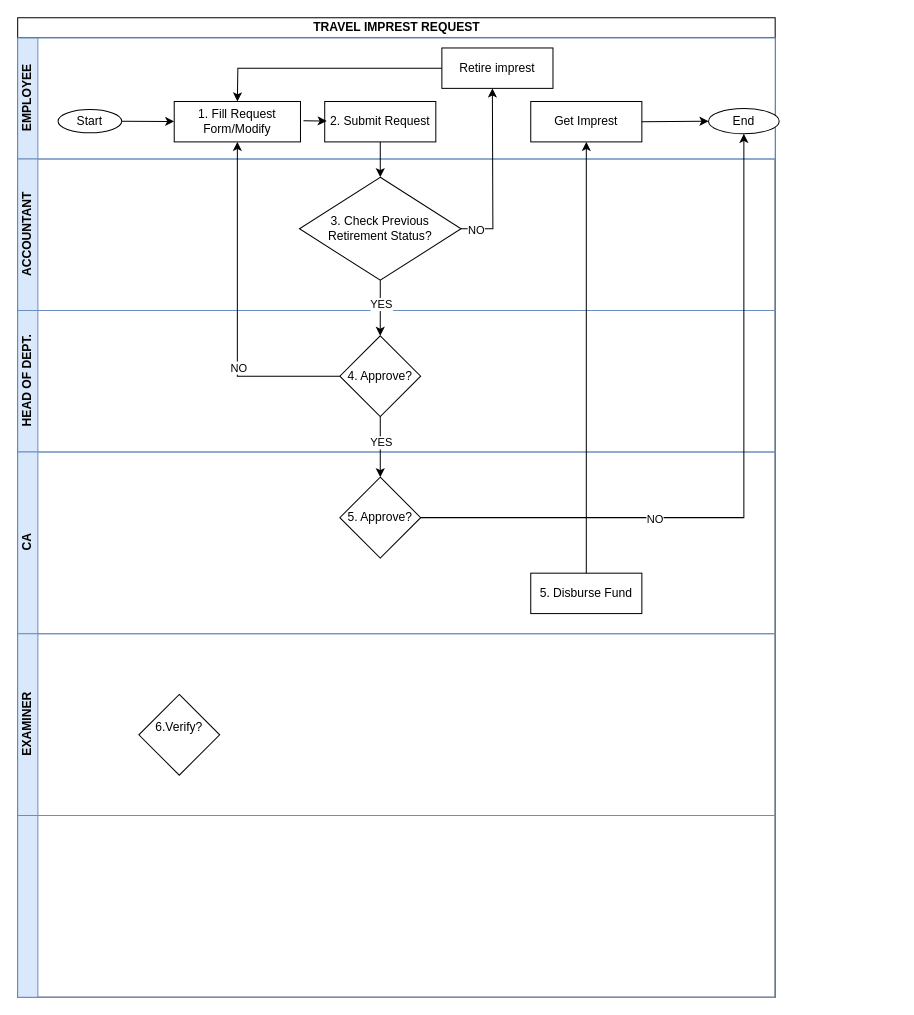
Before: page "imprest request" (3 of 9) of wajibika/wajibika-sketches.drawio in MbalamulaS/tech-diagrams, a draw.io diagram. Source tidied: cells renumbered, new cells numbered last; positions are measured from the earlier drawing's top-left corner, leaving out a move shared by most shapes. Both pictures are drawn from the tidied source at 101%, with x=0, y=0 at pixel (17, 17).
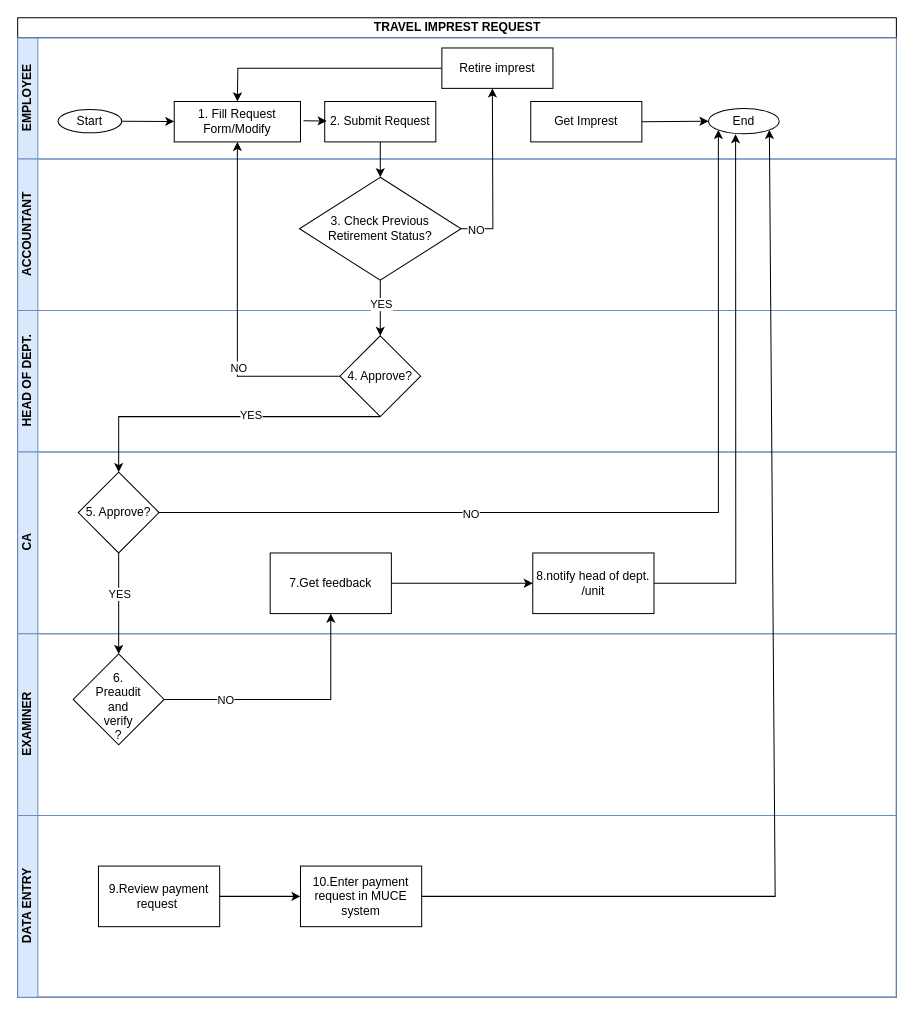
The same page after the edit.

Unchanged cells that the change refers to:
```xml
<mxCell id="6" value="End" style="ellipse;whiteSpace=wrap;html=1;" parent="3" vertex="1">
  <mxGeometry x="684" y="70" width="70" height="25" as="geometry" />
</mxCell>
<mxCell id="9" value="Get Imprest" style="whiteSpace=wrap;html=1;" parent="3" vertex="1">
  <mxGeometry x="508" y="63" width="110" height="40" as="geometry" />
</mxCell>
<mxCell id="20" value="&lt;div&gt;4. Approve?&lt;br&gt;&lt;/div&gt;" style="rhombus;whiteSpace=wrap;html=1;" parent="19" vertex="1">
  <mxGeometry x="319" y="25" width="80" height="80" as="geometry" />
</mxCell>
```

Diff of the diagram source:
```diff
@@
     <mxCell id="2" value="TRAVEL IMPREST REQUEST" style="swimlane;horizontal=1;startSize=20;html=1;swimlaneFillColor=#FFFFFF;" parent="1" vertex="1">
-      <mxGeometry width="750" height="970" as="geometry" />
+      <mxGeometry width="870" height="970" as="geometry" />
     </mxCell>
     <mxCell id="3" value="EMPLOYEE" style="swimlane;startSize=20;horizontal=0;html=1;fillColor=#dae8fc;strokeColor=#6c8ebf;swimlaneFillColor=#FFFFFF;" parent="2" vertex="1">
-      <mxGeometry y="20" width="750" height="120" as="geometry" />
+      <mxGeometry y="20" width="870" height="120" as="geometry" />
     </mxCell>
@@
     <mxCell id="14" value="ACCOUNTANT" style="swimlane;startSize=20;horizontal=0;html=1;fillColor=#dae8fc;strokeColor=#6c8ebf;" parent="2" vertex="1">
-      <mxGeometry y="140" width="750" height="150" as="geometry" />
+      <mxGeometry y="140" width="870" height="150" as="geometry" />
     </mxCell>
@@
     <mxCell id="19" value="HEAD OF DEPT." style="swimlane;startSize=20;horizontal=0;html=1;fillColor=#dae8fc;strokeColor=#6c8ebf;" parent="2" vertex="1">
-      <mxGeometry y="290" width="750" height="140" as="geometry" />
+      <mxGeometry y="290" width="870" height="140" as="geometry" />
     </mxCell>
@@
     <mxCell id="21" value="CA" style="swimlane;startSize=20;horizontal=0;html=1;fillColor=#dae8fc;strokeColor=#6c8ebf;" parent="2" vertex="1">
-      <mxGeometry y="430" width="750" height="180" as="geometry" />
+      <mxGeometry y="430" width="870" height="180" as="geometry" />
     </mxCell>
     <mxCell id="22" value="&lt;div&gt;5. Approve?&lt;br&gt;&lt;/div&gt;" style="rhombus;whiteSpace=wrap;html=1;" parent="21" vertex="1">
-      <mxGeometry x="319" y="25" width="80" height="80" as="geometry" />
+      <mxGeometry x="60" y="20" width="80" height="80" as="geometry" />
     </mxCell>
-    <mxCell id="23" value="5. Disburse Fund" style="whiteSpace=wrap;html=1;" parent="21" vertex="1">
-      <mxGeometry x="508" y="120" width="110" height="40" as="geometry" />
-    </mxCell>
+    <mxCell id="36" value="7.Get feedback" style="rounded=0;whiteSpace=wrap;html=1;" parent="21" vertex="1">
+      <mxGeometry x="250" y="100" width="120" height="60" as="geometry" />
+    </mxCell>
+    <mxCell id="37" value="8.notify head of dept.&lt;div&gt;/unit&lt;/div&gt;" style="rounded=0;whiteSpace=wrap;html=1;" parent="21" vertex="1">
+      <mxGeometry x="510" y="100" width="120" height="60" as="geometry" />
+    </mxCell>
+    <mxCell id="38" style="endArrow=classic;html=1;rounded=0;exitX=1;exitY=0.5;exitDx=0;exitDy=0;entryX=0;entryY=0.5;entryDx=0;entryDy=0;" parent="21" edge="1" source="36" target="37">
+      <mxGeometry relative="1" as="geometry" />
+    </mxCell>
     <mxCell id="24" value="EXAMINER" style="swimlane;startSize=20;horizontal=0;html=1;fillColor=#dae8fc;strokeColor=#6c8ebf;" parent="2" vertex="1">
-      <mxGeometry y="610" width="750" height="180" as="geometry" />
+      <mxGeometry y="610" width="870" height="180" as="geometry" />
     </mxCell>
-    <mxCell id="25" value="6.Verify?&lt;div&gt;&lt;br&gt;&lt;/div&gt;" style="rhombus;whiteSpace=wrap;html=1;" parent="24" vertex="1">
-      <mxGeometry x="120" y="60" width="80" height="80" as="geometry" />
+    <mxCell id="25" value="&lt;div&gt;&lt;br&gt;&lt;/div&gt;&lt;div&gt;&lt;br&gt;&lt;/div&gt;6.&lt;div&gt;Preaudit&lt;br&gt;&lt;div&gt;and&lt;/div&gt;&lt;div&gt;verify&lt;/div&gt;&lt;div&gt;&lt;span style=&quot;background-color: initial;&quot;&gt;?&lt;/span&gt;&lt;/div&gt;&lt;div&gt;&lt;div&gt;&lt;br&gt;&lt;/div&gt;&lt;/div&gt;&lt;/div&gt;" style="rhombus;whiteSpace=wrap;html=1;" parent="24" vertex="1">
+      <mxGeometry x="55" y="20" width="90" height="90" as="geometry" />
     </mxCell>
-    <mxCell id="26" style="swimlane;startSize=20;horizontal=0;html=1;fillColor=#dae8fc;strokeColor=#6c8ebf;" parent="2" vertex="1">
-      <mxGeometry y="790" width="750" height="180" as="geometry" />
+    <mxCell id="26" value="DATA ENTRY" style="swimlane;startSize=20;horizontal=0;html=1;fillColor=#dae8fc;strokeColor=#6c8ebf;" parent="2" vertex="1">
+      <mxGeometry y="790" width="870" height="180" as="geometry" />
     </mxCell>
+    <mxCell id="39" value="9.Review payment&lt;br&gt;&lt;div&gt;&lt;span style=&quot;background-color: initial;&quot;&gt;request&lt;/span&gt;&amp;nbsp;&lt;/div&gt;" style="rounded=0;whiteSpace=wrap;html=1;" parent="26" vertex="1">
+      <mxGeometry x="80" y="50" width="120" height="60" as="geometry" />
+    </mxCell>
+    <mxCell id="40" value="10.Enter payment&lt;div&gt;request in MUCE&lt;/div&gt;&lt;div&gt;system&lt;/div&gt;" style="rounded=0;whiteSpace=wrap;html=1;" parent="26" vertex="1">
+      <mxGeometry x="280" y="50" width="120" height="60" as="geometry" />
+    </mxCell>
+    <mxCell id="41" style="endArrow=classic;html=1;rounded=0;entryX=0;entryY=0.5;entryDx=0;entryDy=0;exitX=1;exitY=0.5;exitDx=0;exitDy=0;" parent="26" edge="1" source="39" target="40">
+      <mxGeometry relative="1" as="geometry" />
+    </mxCell>
@@
-    <mxCell id="29" style="endArrow=classic;html=1;rounded=0;entryX=0.5;entryY=0;entryDx=0;entryDy=0;exitX=0.5;exitY=1;exitDx=0;exitDy=0;" parent="2" edge="1" source="20" target="22">
-      <mxGeometry relative="1" as="geometry" />
-    </mxCell>
-    <mxCell id="30" value="YES" style="edgeLabel;html=1;align=center;verticalAlign=middle;" parent="29" vertex="1">
-      <mxGeometry x="-0.18" relative="1" as="geometry" />
-    </mxCell>
@@
+    <mxCell id="29" style="endArrow=classic;html=1;rounded=0;exitX=0.5;exitY=1;exitDx=0;exitDy=0;entryX=0.5;entryY=0;entryDx=0;entryDy=0;" parent="2" edge="1" source="20" target="22">
+      <mxGeometry relative="1" as="geometry">
+        <Array as="points">
+          <mxPoint x="100" y="395" />
+        </Array>
+      </mxGeometry>
+    </mxCell>
+    <mxCell id="42" value="YES" style="edgeLabel;html=1;align=center;verticalAlign=middle;" parent="29" vertex="1">
+      <mxGeometry x="-0.18" y="-2" relative="1" as="geometry" />
+    </mxCell>
-    <mxCell id="33" style="edgeStyle=orthogonalEdgeStyle;rounded=0;jettySize=auto;html=1;entryX=0.5;entryY=1;entryDx=0;entryDy=0;" parent="2" edge="1" source="22" target="6">
+    <mxCell id="33" style="edgeStyle=orthogonalEdgeStyle;rounded=0;jettySize=auto;html=1;entryX=0;entryY=1;entryDx=0;entryDy=0;" parent="2" edge="1" source="22" target="6">
       <mxGeometry relative="1" as="geometry" />
     </mxCell>
@@
-    <mxCell id="35" style="endArrow=classic;html=1;rounded=0;exitX=0.5;exitY=0;exitDx=0;exitDy=0;entryX=0.5;entryY=1;entryDx=0;entryDy=0;" parent="2" edge="1" source="23" target="9">
-      <mxGeometry relative="1" as="geometry" />
-    </mxCell>
+    <mxCell id="43" style="endArrow=classic;html=1;rounded=0;exitX=1;exitY=0.5;exitDx=0;exitDy=0;entryX=0.383;entryY=1.016;entryDx=0;entryDy=0;entryPerimeter=0;" parent="2" edge="1" source="37" target="6">
+      <mxGeometry relative="1" as="geometry">
+        <Array as="points">
+          <mxPoint x="711" y="560" />
+        </Array>
+      </mxGeometry>
+    </mxCell>
+    <mxCell id="44" style="endArrow=classic;html=1;rounded=0;exitX=1;exitY=0.5;exitDx=0;exitDy=0;entryX=0.5;entryY=1;entryDx=0;entryDy=0;" parent="2" edge="1" source="25" target="36">
+      <mxGeometry relative="1" as="geometry">
+        <Array as="points">
+          <mxPoint x="310" y="675" />
+        </Array>
+      </mxGeometry>
+    </mxCell>
+    <mxCell id="45" value="NO" style="edgeLabel;html=1;align=center;verticalAlign=middle;" parent="44" vertex="1">
+      <mxGeometry x="-0.52" relative="1" as="geometry" />
+    </mxCell>
+    <mxCell id="46" style="endArrow=classic;html=1;rounded=0;entryX=1;entryY=1;entryDx=0;entryDy=0;exitX=1;exitY=0.5;exitDx=0;exitDy=0;" parent="2" edge="1" source="40" target="6">
+      <mxGeometry relative="1" as="geometry">
+        <Array as="points">
+          <mxPoint x="750" y="870" />
+        </Array>
+      </mxGeometry>
+    </mxCell>
+    <mxCell id="47" style="endArrow=classic;html=1;rounded=0;" parent="1" edge="1" target="25">
+      <mxGeometry relative="1" as="geometry">
+        <mxPoint x="100" y="530" as="sourcePoint" />
+      </mxGeometry>
+    </mxCell>
+    <mxCell id="48" value="YES" style="edgeLabel;html=1;align=center;verticalAlign=middle;" parent="47" vertex="1">
+      <mxGeometry x="-0.2" relative="1" as="geometry" />
+    </mxCell>
```
